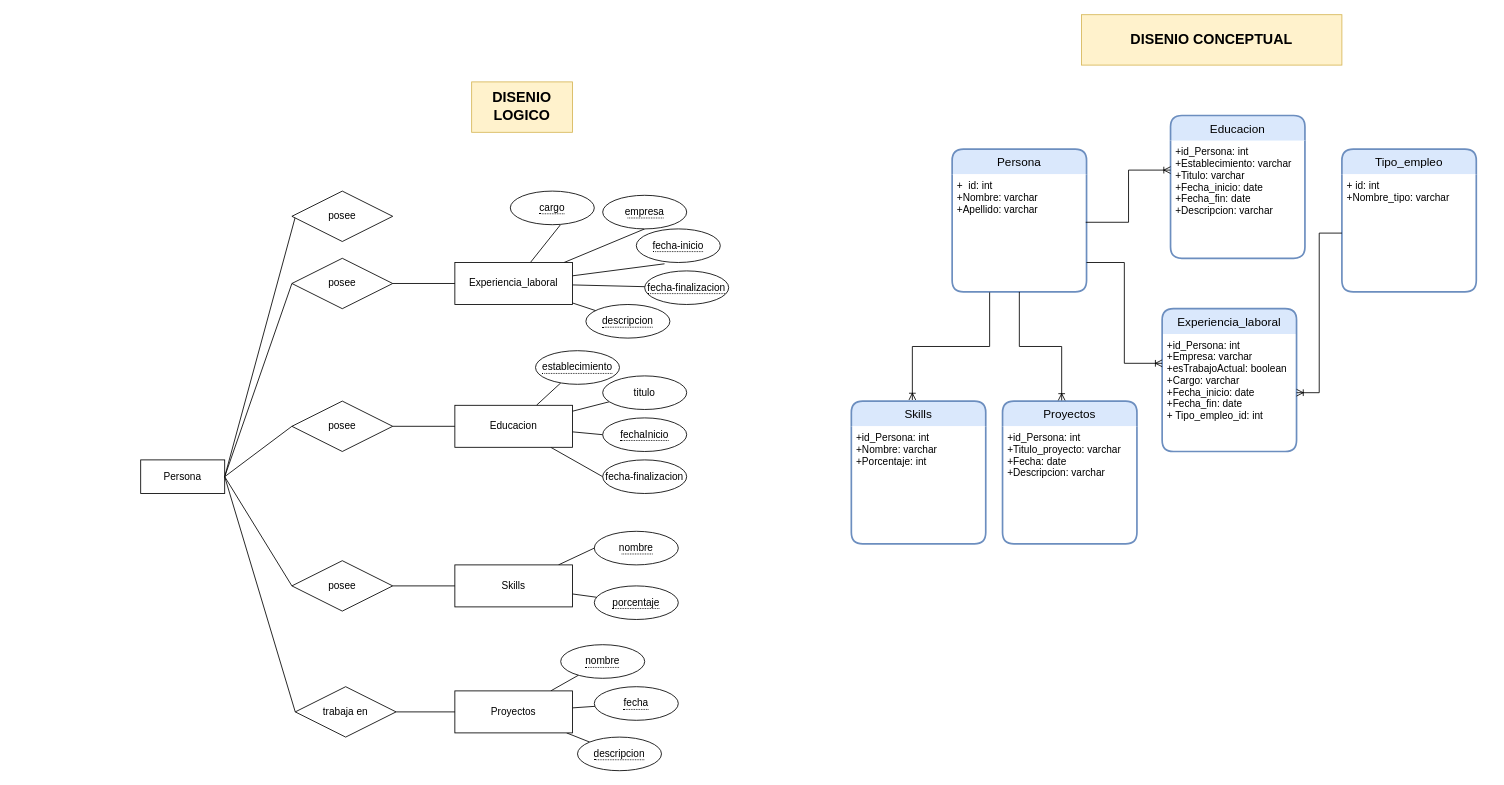
Above: page "DER" (1 of 2) of database/DERv2.drawio in pablovede/portfolioArgPrograma (draw.io), before the change. Source tidied: cells renumbered, new cells numbered last; positions are measured from the earlier drawing's top-left corner, leaving out a move shared by most shapes. Both pictures are drawn from the tidied source at 84%, with x=0, y=0 at pixel (140, 14).
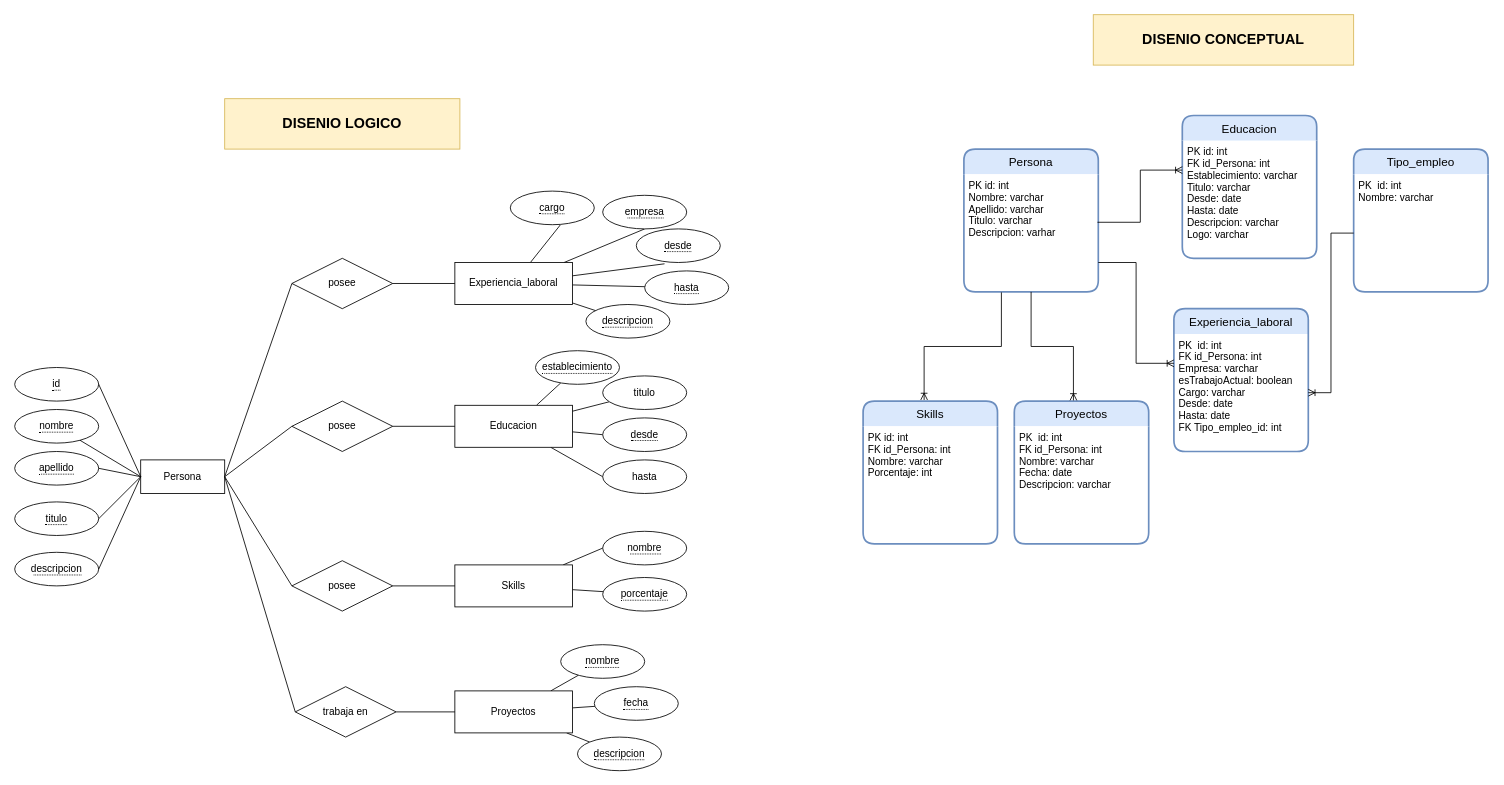
Above is the later version.

Unchanged cells that the change refers to:
```xml
<mxCell id="3" value="Persona" style="whiteSpace=wrap;html=1;align=center;" parent="1" vertex="1">
  <mxGeometry y="530" width="100" height="40" as="geometry" />
</mxCell>
```

Change to the diagram source:
```diff
@@
-    <mxCell id="2" style="edgeStyle=none;shape=connector;rounded=0;jettySize=auto;html=1;exitX=1;exitY=0.5;exitDx=0;exitDy=0;entryX=0.039;entryY=0.474;entryDx=0;entryDy=0;entryPerimeter=0;labelBackgroundColor=default;fontFamily=Helvetica;fontSize=11;fontColor=default;endArrow=none;strokeColor=default;" parent="1" edge="1" source="3" target="48">
-      <mxGeometry relative="1" as="geometry" />
-    </mxCell>
@@
-    <mxCell id="36" value="&lt;span style=&quot;border-bottom: 1px dotted&quot;&gt;fecha-inicio&lt;/span&gt;" style="ellipse;whiteSpace=wrap;html=1;align=center;" parent="1" vertex="1">
+    <mxCell id="36" value="&lt;span style=&quot;border-bottom: 1px dotted&quot;&gt;desde&lt;/span&gt;" style="ellipse;whiteSpace=wrap;html=1;align=center;" parent="1" vertex="1">
       <mxGeometry x="590" y="255" width="100" height="40" as="geometry" />
     </mxCell>
-    <mxCell id="37" value="&lt;span style=&quot;border-bottom: 1px dotted&quot;&gt;fecha-finalizacion&lt;/span&gt;" style="ellipse;whiteSpace=wrap;html=1;align=center;" parent="1" vertex="1">
+    <mxCell id="37" value="&lt;span style=&quot;border-bottom: 1px dotted&quot;&gt;hasta&lt;/span&gt;" style="ellipse;whiteSpace=wrap;html=1;align=center;" parent="1" vertex="1">
       <mxGeometry x="600" y="305" width="100" height="40" as="geometry" />
     </mxCell>
@@
-    <mxCell id="41" value="&lt;span style=&quot;border-bottom: 1px dotted&quot;&gt;fechaInicio&lt;/span&gt;" style="ellipse;whiteSpace=wrap;html=1;align=center;" parent="1" vertex="1">
+    <mxCell id="41" value="&lt;span style=&quot;border-bottom: 1px dotted&quot;&gt;desde&lt;/span&gt;" style="ellipse;whiteSpace=wrap;html=1;align=center;" parent="1" vertex="1">
       <mxGeometry x="550" y="480" width="100" height="40" as="geometry" />
     </mxCell>
-    <mxCell id="42" value="fecha-finalizacion" style="ellipse;whiteSpace=wrap;html=1;align=center;" parent="1" vertex="1">
+    <mxCell id="42" value="hasta" style="ellipse;whiteSpace=wrap;html=1;align=center;" parent="1" vertex="1">
       <mxGeometry x="550" y="530" width="100" height="40" as="geometry" />
     </mxCell>
     <mxCell id="43" value="&lt;span style=&quot;border-bottom: 1px dotted&quot;&gt;nombre&lt;/span&gt;" style="ellipse;whiteSpace=wrap;html=1;align=center;" parent="1" vertex="1">
-      <mxGeometry x="540" y="615" width="100" height="40" as="geometry" />
+      <mxGeometry x="550" y="615" width="100" height="40" as="geometry" />
     </mxCell>
     <mxCell id="44" value="&lt;span style=&quot;border-bottom: 1px dotted&quot;&gt;porcentaje&lt;/span&gt;" style="ellipse;whiteSpace=wrap;html=1;align=center;" parent="1" vertex="1">
-      <mxGeometry x="540" y="680" width="100" height="40" as="geometry" />
+      <mxGeometry x="550" y="670" width="100" height="40" as="geometry" />
     </mxCell>
@@
-    <mxCell id="48" value="posee" style="shape=rhombus;perimeter=rhombusPerimeter;whiteSpace=wrap;html=1;align=center;" parent="1" vertex="1">
-      <mxGeometry x="180" y="210" width="120" height="60" as="geometry" />
-    </mxCell>
     <mxCell id="49" value="DISENIO LOGICO" style="rounded=0;whiteSpace=wrap;html=1;fontFamily=Helvetica;fontSize=17;fontStyle=1;fillColor=#fff2cc;strokeColor=#d6b656;" parent="1" vertex="1">
-      <mxGeometry x="394" y="80" width="120" height="60" as="geometry" />
+      <mxGeometry x="100" y="100" width="280" height="60" as="geometry" />
     </mxCell>
     <mxCell id="50" value="DISENIO CONCEPTUAL" style="rounded=0;whiteSpace=wrap;html=1;fontFamily=Helvetica;fontSize=17;fontStyle=1;fillColor=#fff2cc;strokeColor=#d6b656;" parent="1" vertex="1">
-      <mxGeometry x="1120" width="310" height="60" as="geometry" />
+      <mxGeometry x="1134" width="310" height="60" as="geometry" />
     </mxCell>
     <mxCell id="51" value="Persona" style="swimlane;horizontal=1;startSize=30;rounded=1;fontSize=14;fontStyle=0;strokeWidth=2;shadow=0;dashed=0;align=center;swimlaneFillColor=default;fillColor=#dae8fc;strokeColor=#6c8ebf;sketch=0;glass=0;swimlaneLine=0;labelBorderColor=none;" parent="1" vertex="1">
-      <mxGeometry x="966" y="160" width="160" height="170" as="geometry" />
+      <mxGeometry x="980" y="160" width="160" height="170" as="geometry" />
     </mxCell>
-    <mxCell id="52" value="+  id: int&#10;+Nombre: varchar&#10;+Apellido: varchar" style="align=left;strokeColor=none;fillColor=none;spacingLeft=4;fontSize=12;verticalAlign=top;fontStyle=0;" parent="51" vertex="1">
+    <mxCell id="52" value="PK id: int&#10;Nombre: varchar&#10;Apellido: varchar&#10;Titulo: varchar&#10;Descripcion: varhar" style="align=left;strokeColor=none;fillColor=none;spacingLeft=4;fontSize=12;verticalAlign=top;fontStyle=0;" parent="51" vertex="1">
       <mxGeometry y="30" width="160" height="140" as="geometry" />
     </mxCell>
     <mxCell id="53" value="Experiencia_laboral" style="swimlane;horizontal=1;startSize=30;rounded=1;fontSize=14;fontStyle=0;strokeWidth=2;shadow=0;dashed=0;align=center;swimlaneFillColor=default;fillColor=#dae8fc;strokeColor=#6c8ebf;sketch=0;glass=0;swimlaneLine=0;labelBorderColor=none;" parent="1" vertex="1">
-      <mxGeometry x="1216" y="350" width="160" height="170" as="geometry" />
+      <mxGeometry x="1230" y="350" width="160" height="170" as="geometry" />
     </mxCell>
-    <mxCell id="54" value="+id_Persona: int&#10;+Empresa: varchar&#10;+esTrabajoActual: boolean&#10;+Cargo: varchar&#10;+Fecha_inicio: date&#10;+Fecha_fin: date&#10;+ Tipo_empleo_id: int" style="align=left;strokeColor=none;fillColor=none;spacingLeft=4;fontSize=12;verticalAlign=top;" parent="53" vertex="1">
+    <mxCell id="54" value="PK  id: int&#10;FK id_Persona: int&#10;Empresa: varchar&#10;esTrabajoActual: boolean&#10;Cargo: varchar&#10;Desde: date&#10;Hasta: date&#10;FK Tipo_empleo_id: int" style="align=left;strokeColor=none;fillColor=none;spacingLeft=4;fontSize=12;verticalAlign=top;" parent="53" vertex="1">
       <mxGeometry y="30" width="160" height="140" as="geometry" />
     </mxCell>
     <mxCell id="55" value="Educacion" style="swimlane;horizontal=1;startSize=30;rounded=1;fontSize=14;fontStyle=0;strokeWidth=2;shadow=0;dashed=0;align=center;swimlaneFillColor=default;fillColor=#dae8fc;strokeColor=#6c8ebf;sketch=0;glass=0;swimlaneLine=0;labelBorderColor=none;" parent="1" vertex="1">
-      <mxGeometry x="1226" y="120" width="160" height="170" as="geometry" />
+      <mxGeometry x="1240" y="120" width="160" height="170" as="geometry" />
     </mxCell>
-    <mxCell id="56" value="+id_Persona: int&#10;+Establecimiento: varchar&#10;+Titulo: varchar&#10;+Fecha_inicio: date&#10;+Fecha_fin: date&#10;+Descripcion: varchar" style="align=left;strokeColor=none;fillColor=none;spacingLeft=4;fontSize=12;verticalAlign=top;" parent="55" vertex="1">
+    <mxCell id="56" value="PK id: int&#10;FK id_Persona: int&#10;Establecimiento: varchar&#10;Titulo: varchar&#10;Desde: date&#10;Hasta: date&#10;Descripcion: varchar&#10;Logo: varchar" style="align=left;strokeColor=none;fillColor=none;spacingLeft=4;fontSize=12;verticalAlign=top;" parent="55" vertex="1">
       <mxGeometry y="30" width="160" height="140" as="geometry" />
     </mxCell>
     <mxCell id="57" value="Skills" style="swimlane;horizontal=1;startSize=30;rounded=1;fontSize=14;fontStyle=0;strokeWidth=2;shadow=0;dashed=0;align=center;swimlaneFillColor=default;fillColor=#dae8fc;strokeColor=#6c8ebf;sketch=0;glass=0;swimlaneLine=0;labelBorderColor=none;" parent="1" vertex="1">
-      <mxGeometry x="846" y="460" width="160" height="170" as="geometry" />
+      <mxGeometry x="860" y="460" width="160" height="170" as="geometry" />
     </mxCell>
-    <mxCell id="58" value="+id_Persona: int&#10;+Nombre: varchar&#10;+Porcentaje: int" style="align=left;strokeColor=none;fillColor=none;spacingLeft=4;fontSize=12;verticalAlign=top;" parent="57" vertex="1">
+    <mxCell id="58" value="PK id: int&#10;FK id_Persona: int&#10;Nombre: varchar&#10;Porcentaje: int" style="align=left;strokeColor=none;fillColor=none;spacingLeft=4;fontSize=12;verticalAlign=top;" parent="57" vertex="1">
       <mxGeometry y="30" width="160" height="140" as="geometry" />
     </mxCell>
     <mxCell id="59" value="Proyectos" style="swimlane;horizontal=1;startSize=30;rounded=1;fontSize=14;fontStyle=0;strokeWidth=2;shadow=0;dashed=0;align=center;swimlaneFillColor=default;fillColor=#dae8fc;strokeColor=#6c8ebf;sketch=0;glass=0;swimlaneLine=0;labelBorderColor=none;" parent="1" vertex="1">
-      <mxGeometry x="1026" y="460" width="160" height="170" as="geometry" />
+      <mxGeometry x="1040" y="460" width="160" height="170" as="geometry" />
     </mxCell>
-    <mxCell id="60" value="+id_Persona: int&#10;+Titulo_proyecto: varchar&#10;+Fecha: date&#10;+Descripcion: varchar" style="align=left;strokeColor=none;fillColor=none;spacingLeft=4;fontSize=12;verticalAlign=top;" parent="59" vertex="1">
+    <mxCell id="60" value="PK  id: int&#10;FK id_Persona: int&#10;Nombre: varchar&#10;Fecha: date&#10;Descripcion: varchar" style="align=left;strokeColor=none;fillColor=none;spacingLeft=4;fontSize=12;verticalAlign=top;" parent="59" vertex="1">
       <mxGeometry y="30" width="160" height="140" as="geometry" />
     </mxCell>
@@
     <mxCell id="65" value="Tipo_empleo" style="swimlane;horizontal=1;startSize=30;rounded=1;fontSize=14;fontStyle=0;strokeWidth=2;shadow=0;dashed=0;align=center;swimlaneFillColor=default;fillColor=#dae8fc;strokeColor=#6c8ebf;sketch=0;glass=0;swimlaneLine=0;labelBorderColor=none;" parent="1" vertex="1">
-      <mxGeometry x="1430" y="160" width="160" height="170" as="geometry" />
+      <mxGeometry x="1444" y="160" width="160" height="170" as="geometry" />
     </mxCell>
-    <mxCell id="66" value="+ id: int&#10;+Nombre_tipo: varchar" style="align=left;strokeColor=none;fillColor=none;spacingLeft=4;fontSize=12;verticalAlign=top;" parent="65" vertex="1">
+    <mxCell id="66" value="PK  id: int&#10;Nombre: varchar" style="align=left;strokeColor=none;fillColor=none;spacingLeft=4;fontSize=12;verticalAlign=top;" parent="65" vertex="1">
       <mxGeometry y="30" width="160" height="140" as="geometry" />
     </mxCell>
@@
+    <mxCell id="68" value="&lt;span style=&quot;border-bottom: 1px dotted&quot;&gt;id&lt;/span&gt;" style="ellipse;whiteSpace=wrap;html=1;align=center;" parent="1" vertex="1">
+      <mxGeometry x="-150" y="420" width="100" height="40" as="geometry" />
+    </mxCell>
+    <mxCell id="69" value="&lt;span style=&quot;border-bottom: 1px dotted&quot;&gt;nombre&lt;/span&gt;" style="ellipse;whiteSpace=wrap;html=1;align=center;" parent="1" vertex="1">
+      <mxGeometry x="-150" y="470" width="100" height="40" as="geometry" />
+    </mxCell>
+    <mxCell id="70" style="endArrow=none;html=1;rounded=0;exitX=0;exitY=0.5;exitDx=0;exitDy=0;entryX=1;entryY=0.5;entryDx=0;entryDy=0;" parent="1" edge="1" source="3" target="68">
+      <mxGeometry relative="1" as="geometry" />
+    </mxCell>
+    <mxCell id="71" style="endArrow=none;html=1;rounded=0;exitX=0;exitY=0.5;exitDx=0;exitDy=0;" parent="1" edge="1" source="3" target="69">
+      <mxGeometry relative="1" as="geometry" />
+    </mxCell>
+    <mxCell id="72" value="&lt;span style=&quot;border-bottom: 1px dotted&quot;&gt;apellido&lt;/span&gt;" style="ellipse;whiteSpace=wrap;html=1;align=center;" parent="1" vertex="1">
+      <mxGeometry x="-150" y="520" width="100" height="40" as="geometry" />
+    </mxCell>
+    <mxCell id="73" style="endArrow=none;html=1;rounded=0;exitX=0;exitY=0.5;exitDx=0;exitDy=0;entryX=1;entryY=0.5;entryDx=0;entryDy=0;" parent="1" edge="1" source="3" target="72">
+      <mxGeometry relative="1" as="geometry" />
+    </mxCell>
+    <mxCell id="74" value="&lt;span style=&quot;border-bottom: 1px dotted&quot;&gt;titulo&lt;/span&gt;" style="ellipse;whiteSpace=wrap;html=1;align=center;" parent="1" vertex="1">
+      <mxGeometry x="-150" y="580" width="100" height="40" as="geometry" />
+    </mxCell>
+    <mxCell id="75" value="&lt;span style=&quot;border-bottom: 1px dotted&quot;&gt;descripcion&lt;br&gt;&lt;/span&gt;" style="ellipse;whiteSpace=wrap;html=1;align=center;" parent="1" vertex="1">
+      <mxGeometry x="-150" y="640" width="100" height="40" as="geometry" />
+    </mxCell>
+    <mxCell id="76" style="endArrow=none;html=1;rounded=0;entryX=1;entryY=0.5;entryDx=0;entryDy=0;" parent="1" edge="1" target="74">
+      <mxGeometry relative="1" as="geometry">
+        <mxPoint y="550" as="sourcePoint" />
+      </mxGeometry>
+    </mxCell>
+    <mxCell id="77" style="endArrow=none;html=1;rounded=0;entryX=1;entryY=0.5;entryDx=0;entryDy=0;exitX=0;exitY=0.5;exitDx=0;exitDy=0;" parent="1" edge="1" source="3" target="75">
+      <mxGeometry relative="1" as="geometry" />
+    </mxCell>
```
